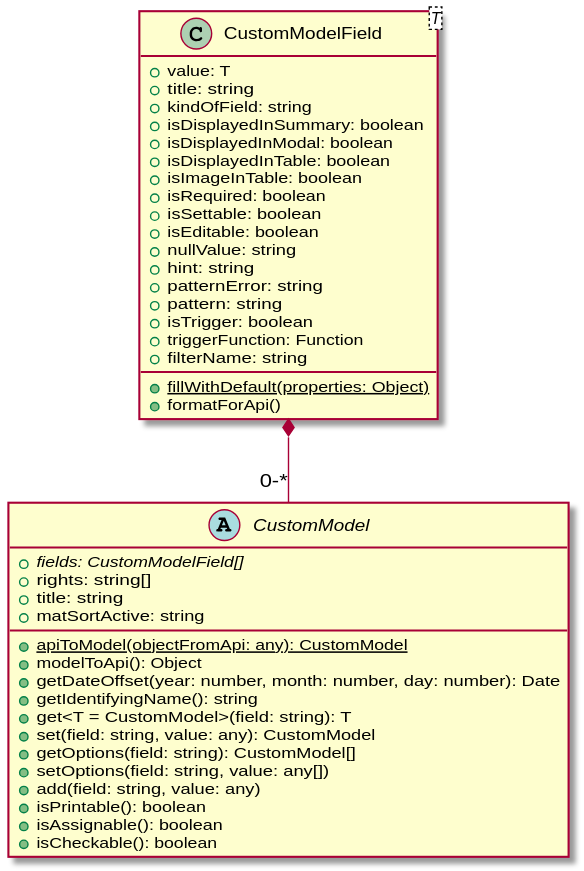
ReliefApplications/bms_front keeps this PlantUML diagram as src/app/models/uml/models.svg. Above is the earlier version. The source it was exported from:
```plantuml
@startuml
abstract class CustomModel {
    + {abstract} fields: CustomModelField[]
    + rights: string[]
    + title: string
    + matSortActive: string

    + {static} apiToModel(objectFromApi: any): CustomModel
    + modelToApi(): Object
    + getDateOffset(year: number, month: number, day: number): Date
    + getIdentifyingName(): string
    + get<T = CustomModel>(field: string): T
    + set(field: string, value: any): CustomModel
    + getOptions(field: string): CustomModel[]
    + setOptions(field: string, value: any[])
    + add(field: string, value: any)
    + isPrintable(): boolean
    + isAssignable(): boolean
    + isCheckable(): boolean

}

class CustomModelField<T> {
    + value: T
    + title: string
    + kindOfField: string
    + isDisplayedInSummary: boolean
    + isDisplayedInModal: boolean
    + isDisplayedInTable: boolean
    + isImageInTable: boolean
    + isRequired: boolean
    + isSettable: boolean
    + isEditable: boolean
    + nullValue: string
    + hint: string
    + patternError: string
    + pattern: string
    + isTrigger: boolean
    + triggerFunction: Function
    + filterName: string

    + {static} fillWithDefault(properties: Object)
    + formatForApi()
}

CustomModelField *-- "0-*" CustomModel
@enduml
```
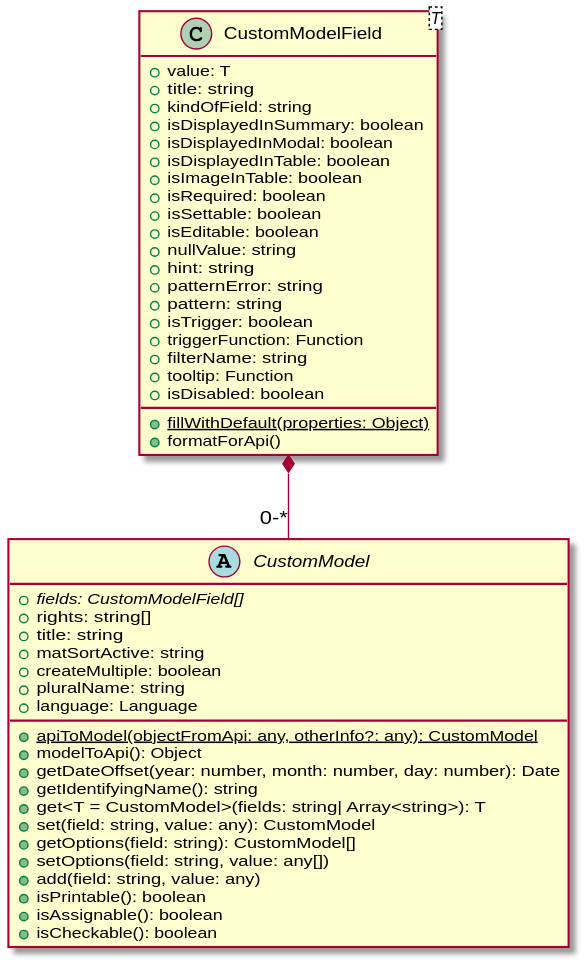
Later version of the same file.

What changed in the source:
```diff
@@ -4,12 +4,16 @@
     + rights: string[]
     + title: string
     + matSortActive: string
+    + createMultiple: boolean
+    + pluralName: string
+    + language: Language
 
-    + {static} apiToModel(objectFromApi: any): CustomModel
+
+    + {static} apiToModel(objectFromApi: any, otherInfo?: any): CustomModel
     + modelToApi(): Object
     + getDateOffset(year: number, month: number, day: number): Date
     + getIdentifyingName(): string
-    + get<T = CustomModel>(field: string): T
+    + get<T = CustomModel>(fields: string| Array<string>): T
     + set(field: string, value: any): CustomModel
     + getOptions(field: string): CustomModel[]
     + setOptions(field: string, value: any[])
@@ -38,6 +42,8 @@
     + isTrigger: boolean
     + triggerFunction: Function
     + filterName: string
+    + tooltip: Function
+    + isDisabled: boolean
 
     + {static} fillWithDefault(properties: Object)
     + formatForApi()
```
